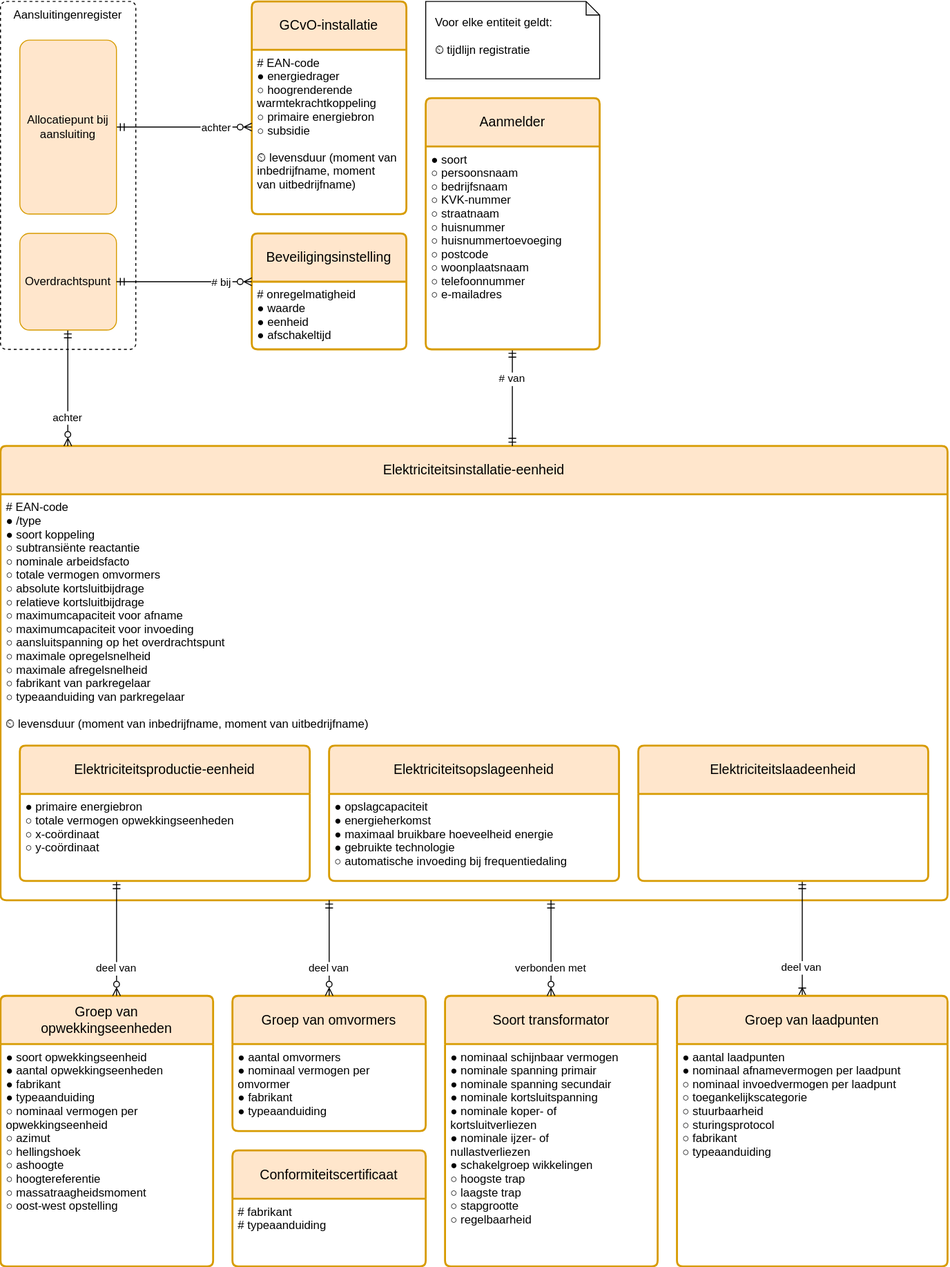
Before: registers/installatieregister/1.1/installatieregister.drawio.svg, a diagram exported from draw.io (Netbeheer-Nederland/stelsel). Source tidied: cells renumbered, new cells last; positions are measured from the earlier drawing's top-left corner, leaving out a move shared by most shapes.
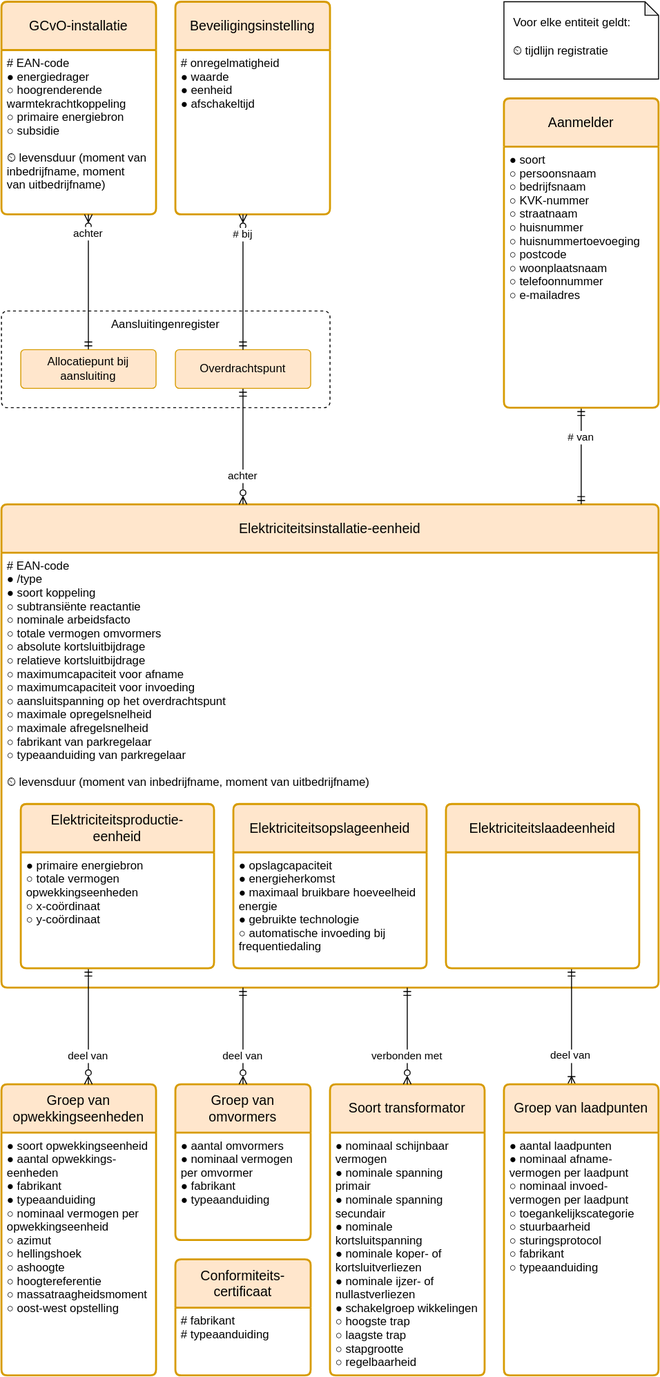
The same diagram one commit later.

Commit message:
Implement code changes to enhance functionality and improve performance

What changed in the source:
```diff
@@ -3,49 +3,49 @@
     <mxCell id="0" />
     <mxCell id="1" parent="0" />
     <mxCell id="2" value="Aansluitingenregister" style="rounded=1;whiteSpace=wrap;dashed=1;verticalAlign=top;arcSize=12;absoluteArcSize=1;" parent="1" vertex="1">
-      <mxGeometry width="140" height="360" as="geometry" />
+      <mxGeometry y="260" width="340" height="100" as="geometry" />
     </mxCell>
     <mxCell id="3" value="GCvO-installatie" style="swimlane;horizontal=1;startSize=50;rounded=1;fontSize=14;fontStyle=0;strokeWidth=2;shadow=0;dashed=0;align=center;arcSize=4;fillColor=#ffe6cc;strokeColor=#d79b00;whiteSpace=wrap;spacing=10;" parent="1" vertex="1">
-      <mxGeometry x="260" width="160" height="220" as="geometry" />
+      <mxGeometry y="-60" width="160" height="220" as="geometry" />
     </mxCell>
     <mxCell id="4" value="# EAN-code&#10;● energiedrager&#10;○ hoogrenderende&#10;   warmtekrachtkoppeling&#10;○ primaire energiebron&#10;○ subsidie&#10;&#10;⏲ levensduur (moment van&#10;     inbedrijfname, moment&#10;     van uitbedrijfname)" style="align=left;strokeColor=none;fillColor=none;spacingLeft=4;fontSize=12;verticalAlign=top;" parent="3" vertex="1">
       <mxGeometry y="50" width="160" height="170" as="geometry" />
     </mxCell>
-    <mxCell id="5" value="achter" style="edgeStyle=elbowEdgeStyle;rounded=0;jettySize=auto;endArrow=ERmandOne;endFill=0;startArrow=ERzeroToMany;startFill=0;align=right;elbow=vertical;" parent="1" edge="1" source="3" target="22">
+    <mxCell id="5" value="achter" style="edgeStyle=elbowEdgeStyle;rounded=0;jettySize=auto;endArrow=ERmandOne;endFill=0;startArrow=ERzeroToMany;startFill=0;align=center;" parent="1" edge="1" source="3" target="22">
       <mxGeometry x="-0.73" relative="1" as="geometry" />
     </mxCell>
     <mxCell id="6" value="Elektriciteitsinstallatie-eenheid" style="swimlane;horizontal=1;startSize=50;rounded=1;fontSize=14;fontStyle=0;strokeWidth=2;shadow=0;dashed=0;align=center;fillColor=#ffe6cc;strokeColor=#d79b00;arcSize=4;whiteSpace=wrap;spacing=10;" parent="1" vertex="1">
-      <mxGeometry y="460" width="980" height="470" as="geometry" />
+      <mxGeometry y="460" width="680" height="500" as="geometry" />
     </mxCell>
     <mxCell id="7" value="# EAN-code&#10;● /type&#10;● soort koppeling&#10;○ subtransiënte reactantie&#10;○ nominale arbeidsfacto&#10;○ totale vermogen omvormers&#10;○ absolute kortsluitbijdrage&#10;○ relatieve kortsluitbijdrage&#10;○ maximumcapaciteit voor afname&#10;○ maximumcapaciteit voor invoeding&#10;○ aansluitspanning op het overdrachtspunt&#10;○ maximale opregelsnelheid&#10;○ maximale afregelsnelheid&#10;○ fabrikant van parkregelaar&#10;○ typeaanduiding van parkregelaar&#10;&#10;⏲ levensduur (moment van inbedrijfname, moment van uitbedrijfname)" style="align=left;strokeColor=none;fillColor=none;spacingLeft=4;fontSize=12;verticalAlign=top;fontColor=default;" parent="6" vertex="1">
-      <mxGeometry y="50" width="980" height="420" as="geometry" />
+      <mxGeometry y="50" width="680" height="450" as="geometry" />
     </mxCell>
     <mxCell id="8" value="Groep van opwekkingseenheden" style="swimlane;horizontal=1;startSize=50;rounded=1;fontSize=14;fontStyle=0;strokeWidth=2;shadow=0;dashed=0;align=center;fillColor=#ffe6cc;strokeColor=#d79b00;arcSize=4;whiteSpace=wrap;spacing=10;" parent="1" vertex="1">
-      <mxGeometry y="1028.9" width="220" height="280" as="geometry" />
+      <mxGeometry y="1060" width="160" height="301.1" as="geometry" />
     </mxCell>
-    <mxCell id="9" value="● soort opwekkingseenheid &#10;● aantal opwekkingseenheden&#10;● fabrikant&#10;● typeaanduiding&#10;○ nominaal vermogen per&#10;   opwekkingseenheid&#10;○ azimut&#10;○ hellingshoek&#10;○ ashoogte&#10;○ hoogtereferentie&#10;○ massatraagheidsmoment&#10;○ oost-west opstelling&#10;" style="align=left;strokeColor=none;fillColor=none;spacingLeft=4;fontSize=12;verticalAlign=top;" parent="8" vertex="1">
-      <mxGeometry y="50" width="220" height="230" as="geometry" />
+    <mxCell id="9" value="● soort opwekkingseenheid &#10;● aantal opwekkings-&#10;   eenheden&#10;● fabrikant&#10;● typeaanduiding&#10;○ nominaal vermogen per&#10;   opwekkingseenheid&#10;○ azimut&#10;○ hellingshoek&#10;○ ashoogte&#10;○ hoogtereferentie&#10;○ massatraagheidsmoment&#10;○ oost-west opstelling&#10;" style="align=left;strokeColor=none;fillColor=none;spacingLeft=4;fontSize=12;verticalAlign=top;" parent="8" vertex="1">
+      <mxGeometry y="50" width="160" height="251.1" as="geometry" />
     </mxCell>
     <mxCell id="10" value="Soort transformator" style="swimlane;horizontal=1;startSize=50;rounded=1;fontSize=14;fontStyle=0;strokeWidth=2;shadow=0;dashed=0;align=center;fillColor=#ffe6cc;strokeColor=#d79b00;arcSize=4;whiteSpace=wrap;spacing=10;" parent="1" vertex="1">
-      <mxGeometry x="460" y="1028.9" width="220" height="280" as="geometry" />
+      <mxGeometry x="340" y="1060" width="160" height="301.1" as="geometry" />
     </mxCell>
-    <mxCell id="11" value="● nominaal schijnbaar vermogen&#10;● nominale spanning primair&#10;● nominale spanning secundair&#10;● nominale kortsluitspanning&#10;● nominale koper- of&#10;   kortsluitverliezen&#10;● nominale ijzer- of&#10;   nullastverliezen&#10;● schakelgroep wikkelingen&#10;○ hoogste trap&#10;○ laagste trap&#10;○ stapgrootte&#10;○ regelbaarheid" style="align=left;strokeColor=none;fillColor=none;spacingLeft=4;fontSize=12;verticalAlign=top;" parent="10" vertex="1">
-      <mxGeometry y="50" width="220" height="230" as="geometry" />
+    <mxCell id="11" value="● nominaal schijnbaar &#10;   vermogen&#10;● nominale spanning&#10;   primair&#10;● nominale spanning&#10;   secundair&#10;● nominale &#10;   kortsluitspanning&#10;● nominale koper- of&#10;   kortsluitverliezen&#10;● nominale ijzer- of&#10;   nullastverliezen&#10;● schakelgroep wikkelingen&#10;○ hoogste trap&#10;○ laagste trap&#10;○ stapgrootte&#10;○ regelbaarheid" style="align=left;strokeColor=none;fillColor=none;spacingLeft=4;fontSize=12;verticalAlign=top;" parent="10" vertex="1">
+      <mxGeometry y="50" width="160" height="251.1" as="geometry" />
     </mxCell>
     <mxCell id="12" value="deel van" style="endArrow=ERzeroToMany;rounded=0;startArrow=ERmandOne;startFill=0;endFill=0;edgeStyle=elbowEdgeStyle;align=center;" parent="1" edge="1" source="13" target="8">
       <mxGeometry x="0.5" relative="1" as="geometry" />
     </mxCell>
     <mxCell id="13" value="Elektriciteitsproductie-eenheid" style="swimlane;horizontal=1;startSize=50;rounded=1;fontSize=14;fontStyle=0;strokeWidth=2;shadow=0;dashed=0;align=center;fillColor=#ffe6cc;strokeColor=#d79b00;arcSize=4;whiteSpace=wrap;spacing=10;" parent="1" vertex="1">
-      <mxGeometry x="20" y="770" width="300" height="140" as="geometry" />
+      <mxGeometry x="20" y="770" width="200" height="170" as="geometry" />
     </mxCell>
-    <mxCell id="14" value="● primaire energiebron&#10;○ totale vermogen opwekkingseenheden&#10;○ x-coördinaat&#10;○ y-coördinaat" style="align=left;strokeColor=none;fillColor=none;spacingLeft=4;fontSize=12;verticalAlign=top;" parent="13" vertex="1">
-      <mxGeometry y="50" width="300" height="90" as="geometry" />
+    <mxCell id="14" value="● primaire energiebron&#10;○ totale vermogen &#10;   opwekkingseenheden&#10;○ x-coördinaat&#10;○ y-coördinaat" style="align=left;strokeColor=none;fillColor=none;spacingLeft=4;fontSize=12;verticalAlign=top;" parent="13" vertex="1">
+      <mxGeometry y="50" width="200" height="120" as="geometry" />
     </mxCell>
     <mxCell id="15" value="Elektriciteitsopslageenheid" style="swimlane;horizontal=1;startSize=50;rounded=1;fontSize=14;fontStyle=0;strokeWidth=2;shadow=0;dashed=0;align=center;fillColor=#ffe6cc;strokeColor=#d79b00;arcSize=4;whiteSpace=wrap;spacing=10;" parent="1" vertex="1">
-      <mxGeometry x="340" y="770" width="300" height="140" as="geometry" />
+      <mxGeometry x="240" y="770" width="200" height="170" as="geometry" />
     </mxCell>
-    <mxCell id="16" value="● opslagcapaciteit&#10;● energieherkomst&#10;● maximaal bruikbare hoeveelheid energie&#10;● gebruikte technologie&#10;○ automatische invoeding bij frequentiedaling" style="align=left;strokeColor=none;fillColor=none;spacingLeft=4;fontSize=12;verticalAlign=top;fontStyle=0;" parent="15" vertex="1">
-      <mxGeometry y="50" width="300" height="90" as="geometry" />
+    <mxCell id="16" value="● opslagcapaciteit&#10;● energieherkomst&#10;● maximaal bruikbare hoeveelheid&#10;   energie&#10;● gebruikte technologie&#10;○ automatische invoeding bij&#10;   frequentiedaling" style="align=left;strokeColor=none;fillColor=none;spacingLeft=4;fontSize=12;verticalAlign=top;fontStyle=0;" parent="15" vertex="1">
+      <mxGeometry y="50" width="200" height="120" as="geometry" />
     </mxCell>
     <mxCell id="17" style="edgeStyle=none;entryX=0;entryY=0;entryDx=0;entryDy=0;" parent="15" edge="1" source="15" target="16">
       <mxGeometry relative="1" as="geometry" />
@@ -54,31 +54,31 @@
       <mxGeometry x="-0.5" relative="1" as="geometry" />
     </mxCell>
     <mxCell id="19" value="Overdrachtspunt" style="rounded=1;arcSize=10;whiteSpace=wrap;align=center;fillColor=#ffe6cc;strokeColor=#d79b00;" parent="1" vertex="1">
-      <mxGeometry x="20" y="240" width="100" height="100" as="geometry" />
+      <mxGeometry x="180" y="300" width="140" height="40" as="geometry" />
     </mxCell>
-    <mxCell id="20" value="Conformiteitscertificaat" style="swimlane;horizontal=1;startSize=50;rounded=1;fontSize=14;fontStyle=0;strokeWidth=2;shadow=0;dashed=0;align=center;fillColor=#ffe6cc;strokeColor=#d79b00;arcSize=4;whiteSpace=wrap;spacing=10;" parent="1" vertex="1">
-      <mxGeometry x="240" y="1188.9" width="200" height="120" as="geometry" />
+    <mxCell id="20" value="Conformiteits-certificaat" style="swimlane;horizontal=1;startSize=50;rounded=1;fontSize=14;fontStyle=0;strokeWidth=2;shadow=0;dashed=0;align=center;fillColor=#ffe6cc;strokeColor=#d79b00;arcSize=4;whiteSpace=wrap;spacing=10;" parent="1" vertex="1">
+      <mxGeometry x="180" y="1241.1" width="140" height="120" as="geometry" />
     </mxCell>
     <mxCell id="21" value="# fabrikant&#10;# typeaanduiding" style="align=left;strokeColor=none;fillColor=none;spacingLeft=4;fontSize=12;verticalAlign=top;" parent="20" vertex="1">
-      <mxGeometry y="50" width="200" height="70" as="geometry" />
+      <mxGeometry y="50" width="140" height="70" as="geometry" />
     </mxCell>
     <mxCell id="22" value="Allocatiepunt bij aansluiting" style="rounded=1;arcSize=10;whiteSpace=wrap;align=center;fillColor=#ffe6cc;strokeColor=#d79b00;" parent="1" vertex="1">
-      <mxGeometry x="20" y="40" width="100" height="180" as="geometry" />
+      <mxGeometry x="20" y="300" width="140" height="40" as="geometry" />
     </mxCell>
     <mxCell id="23" value="Beveiligingsinstelling" style="swimlane;horizontal=1;startSize=50;rounded=1;fontSize=14;fontStyle=0;strokeWidth=2;shadow=0;dashed=0;align=center;fillColor=#ffe6cc;strokeColor=#d79b00;arcSize=4;whiteSpace=wrap;spacing=10;" parent="1" vertex="1">
-      <mxGeometry x="260" y="240" width="160" height="120" as="geometry" />
+      <mxGeometry x="180" y="-60" width="160" height="220" as="geometry" />
     </mxCell>
     <mxCell id="24" value="# onregelmatigheid&#10;● waarde&#10;● eenheid&#10;● afschakeltijd" style="align=left;strokeColor=none;fillColor=none;spacingLeft=4;fontSize=12;verticalAlign=top;" parent="23" vertex="1">
-      <mxGeometry y="50" width="160" height="70" as="geometry" />
+      <mxGeometry y="50" width="160" height="170" as="geometry" />
     </mxCell>
-    <mxCell id="25" value="# bij" style="endArrow=ERzeroToMany;rounded=0;startArrow=ERmandOne;startFill=0;endFill=0;align=right;edgeStyle=elbowEdgeStyle;elbow=vertical;" parent="1" edge="1" source="19" target="23">
-      <mxGeometry x="0.73" relative="1" as="geometry" />
+    <mxCell id="25" value="# bij" style="endArrow=ERzeroToMany;rounded=0;startArrow=ERmandOne;startFill=0;endFill=0;align=center;edgeStyle=elbowEdgeStyle;" parent="1" edge="1" source="19" target="23">
+      <mxGeometry x="0.71" relative="1" as="geometry" />
     </mxCell>
     <mxCell id="26" value="Groep van omvormers" style="swimlane;horizontal=1;startSize=50;rounded=1;fontSize=14;fontStyle=0;strokeWidth=2;shadow=0;dashed=0;align=center;fillColor=#ffe6cc;strokeColor=#d79b00;arcSize=4;whiteSpace=wrap;spacing=10;" parent="1" vertex="1">
-      <mxGeometry x="240" y="1028.9" width="200" height="140" as="geometry" />
+      <mxGeometry x="180" y="1060" width="140" height="161.1" as="geometry" />
     </mxCell>
-    <mxCell id="27" value="● aantal omvormers&#10;● nominaal vermogen per&#10;   omvormer&#10;● fabrikant&#10;● typeaanduiding" style="align=left;strokeColor=none;fillColor=none;spacingLeft=4;fontSize=12;verticalAlign=top;" parent="26" vertex="1">
-      <mxGeometry y="50" width="200" height="90" as="geometry" />
+    <mxCell id="27" value="● aantal omvormers&#10;● nominaal vermogen&#10;   per omvormer&#10;● fabrikant&#10;● typeaanduiding" style="align=left;strokeColor=none;fillColor=none;spacingLeft=4;fontSize=12;verticalAlign=top;" parent="26" vertex="1">
+      <mxGeometry y="50" width="140" height="111.1" as="geometry" />
     </mxCell>
     <mxCell id="28" value="deel van" style="endArrow=ERzeroToMany;rounded=0;startArrow=ERmandOne;startFill=0;endFill=0;align=center;edgeStyle=elbowEdgeStyle;" parent="1" edge="1" source="6" target="26">
       <mxGeometry x="0.4" relative="1" as="geometry" />
@@ -87,18 +87,18 @@
       <mxGeometry x="0.4" relative="1" as="geometry" />
     </mxCell>
     <mxCell id="30" value="Voor elke entiteit geldt:&#10;&#10;⏲ tijdlijn registratie" style="shape=note;whiteSpace=wrap;backgroundOutline=1;darkOpacity=0.05;align=left;spacing=10;size=14;verticalAlign=top;" parent="1" vertex="1">
-      <mxGeometry x="440" width="180" height="80" as="geometry" />
+      <mxGeometry x="520" y="-60" width="160" height="80" as="geometry" />
     </mxCell>
     <mxCell id="31" value="# van" style="edgeStyle=elbowEdgeStyle;endArrow=ERmandOne;endFill=0;startArrow=ERmandOne;startFill=0;align=center;" parent="1" edge="1" source="32" target="6">
       <mxGeometry x="-0.4" relative="1" as="geometry" />
     </mxCell>
     <mxCell id="32" value="Aanmelder" style="swimlane;horizontal=1;startSize=50;rounded=1;fontSize=14;fontStyle=0;strokeWidth=2;shadow=0;dashed=0;align=center;fillColor=#ffe6cc;strokeColor=#d79b00;arcSize=4;whiteSpace=wrap;spacing=10;" parent="1" vertex="1">
-      <mxGeometry x="440" y="100" width="180" height="260" as="geometry" />
+      <mxGeometry x="520" y="40" width="160" height="320" as="geometry" />
     </mxCell>
     <mxCell id="33" value="● soort &#10;○ persoonsnaam &#10;○ bedrijfsnaam&#10;○ KVK-nummer&#10;○ straatnaam&#10;○ huisnummer&#10;○ huisnummertoevoeging&#10;○ postcode&#10;○ woonplaatsnaam&#10;○ telefoonnummer&#10;○ e-mailadres" style="align=left;strokeColor=none;fillColor=none;spacingLeft=4;fontSize=12;verticalAlign=top;" parent="32" vertex="1">
-      <mxGeometry y="50" width="180" height="210" as="geometry" />
+      <mxGeometry y="50" width="160" height="270" as="geometry" />
     </mxCell>
-    <mxCell id="34" style="edgeStyle=elbowEdgeStyle;html=1;endArrow=ERoneToMany;endFill=0;startArrow=ERmandOne;startFill=0;" parent="1" edge="1" source="38" target="36">
+    <mxCell id="34" style="edgeStyle=elbowEdgeStyle;html=1;endArrow=ERoneToMany;endFill=0;startArrow=ERmandOne;startFill=0;rounded=0;curved=0;" parent="1" edge="1" source="38" target="36">
       <mxGeometry relative="1" as="geometry" />
     </mxCell>
     <mxCell id="35" value="deel van" style="edgeLabel;align=center;verticalAlign=middle;" parent="34" vertex="1">
@@ -107,16 +107,16 @@
       </mxGeometry>
     </mxCell>
     <mxCell id="36" value="Groep van laadpunten" style="swimlane;horizontal=1;startSize=50;rounded=1;fontSize=14;fontStyle=0;strokeWidth=2;shadow=0;dashed=0;align=center;fillColor=#ffe6cc;strokeColor=#d79b00;arcSize=4;whiteSpace=wrap;spacing=10;" parent="1" vertex="1">
-      <mxGeometry x="700" y="1028.9" width="280" height="280" as="geometry" />
+      <mxGeometry x="520" y="1060" width="160" height="301.1" as="geometry" />
     </mxCell>
-    <mxCell id="37" value="● aantal laadpunten&#10;● nominaal afnamevermogen per laadpunt&#10;○ nominaal invoedvermogen per laadpunt&#10;○ toegankelijkscategorie&#10;○ stuurbaarheid&#10;○ sturingsprotocol&#10;○ fabrikant&#10;○ typeaanduiding" style="align=left;strokeColor=none;fillColor=none;spacingLeft=4;fontSize=12;verticalAlign=top;" parent="36" vertex="1">
-      <mxGeometry y="50" width="280" height="230" as="geometry" />
+    <mxCell id="37" value="● aantal laadpunten&#10;● nominaal afname-&#10;   vermogen per laadpunt&#10;○ nominaal invoed-&#10;   vermogen per laadpunt&#10;○ toegankelijkscategorie&#10;○ stuurbaarheid&#10;○ sturingsprotocol&#10;○ fabrikant&#10;○ typeaanduiding" style="align=left;strokeColor=none;fillColor=none;spacingLeft=4;fontSize=12;verticalAlign=top;" parent="36" vertex="1">
+      <mxGeometry y="50" width="160" height="251.1" as="geometry" />
     </mxCell>
     <mxCell id="38" value="Elektriciteitslaadeenheid" style="swimlane;horizontal=1;startSize=50;rounded=1;fontSize=14;fontStyle=0;strokeWidth=2;shadow=0;dashed=0;align=center;fillColor=#ffe6cc;strokeColor=#d79b00;arcSize=4;whiteSpace=wrap;spacing=10;" parent="1" vertex="1">
-      <mxGeometry x="660" y="770" width="300" height="140" as="geometry" />
+      <mxGeometry x="460" y="770" width="200" height="170" as="geometry" />
     </mxCell>
     <mxCell id="39" value=" " style="align=left;strokeColor=none;fillColor=none;spacingLeft=4;fontSize=12;verticalAlign=top;fontStyle=0;" parent="38" vertex="1">
-      <mxGeometry y="50" width="300" height="90" as="geometry" />
+      <mxGeometry y="50" width="200" height="120" as="geometry" />
     </mxCell>
     <mxCell id="40" style="edgeStyle=none;entryX=0;entryY=0;entryDx=0;entryDy=0;" parent="38" edge="1" source="38" target="39">
       <mxGeometry relative="1" as="geometry" />
```
